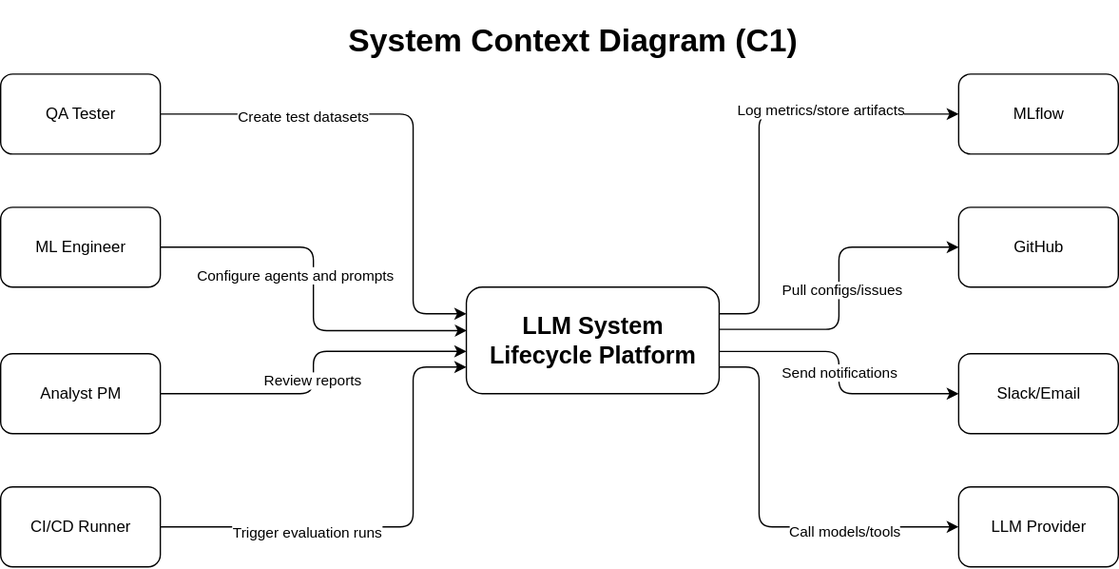
This is docs/llm-system-lifecycle-c1.drawio.svg from sdeery14/llm-system-lifecycle, a draw.io export, as it was before one commit. Source tidied: cells renumbered, new cells last; positions are measured from the earlier drawing's top-left corner, leaving out a move shared by most shapes.
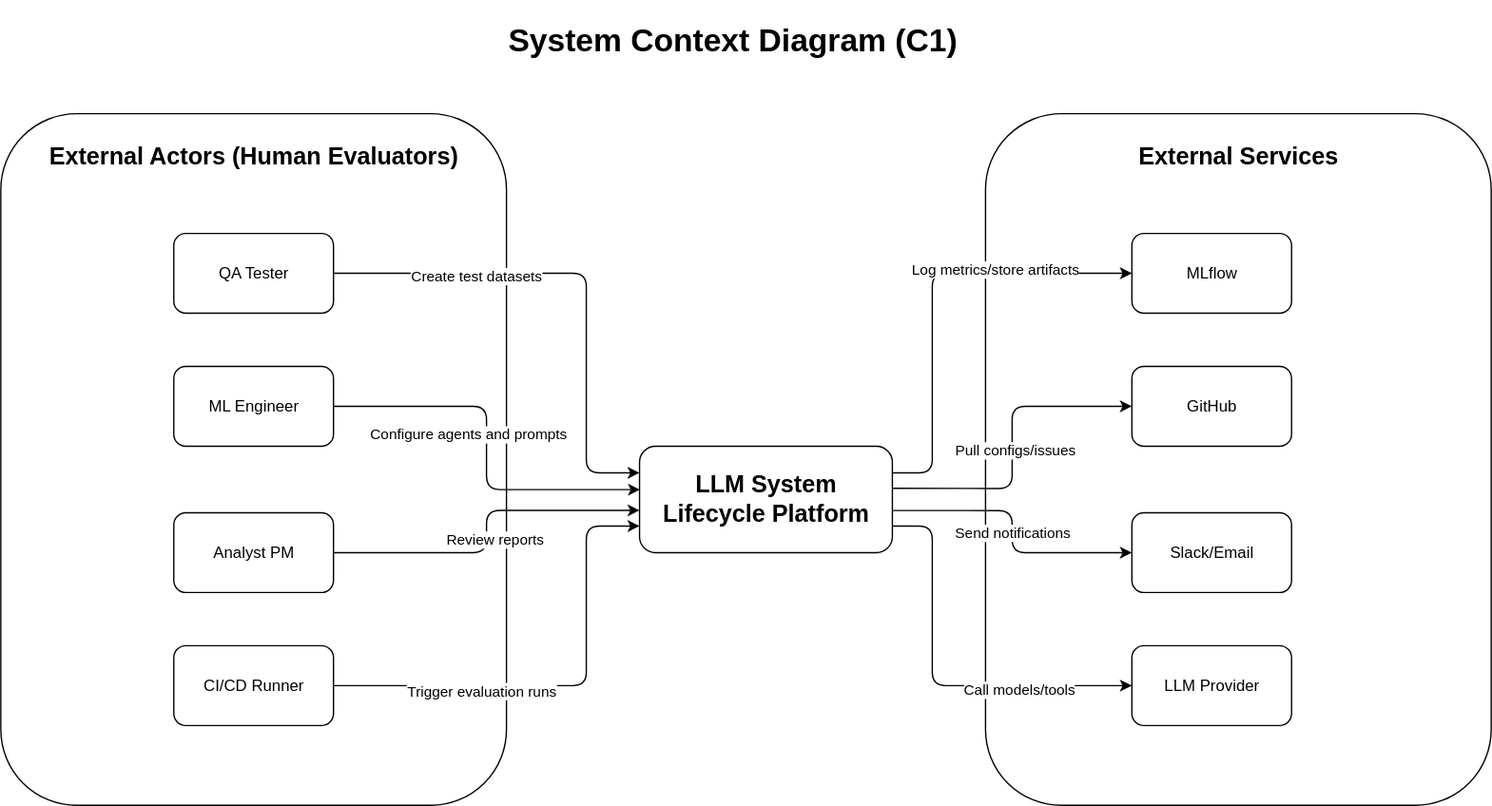
The same diagram one commit later.

Change to the diagram source:
```diff
@@ -2,7 +2,13 @@
   <root>
     <mxCell id="0" />
     <mxCell id="1" parent="0" />
+    <mxCell id="28" value="&lt;h2&gt;External Services&lt;/h2&gt;" style="rounded=1;whiteSpace=wrap;html=1;verticalAlign=top;" parent="1" vertex="1">
+      <mxGeometry x="610" y="-50" width="380" height="520" as="geometry" />
+    </mxCell>
+    <mxCell id="29" value="&lt;h2&gt;External Actors (Human Evaluators)&lt;/h2&gt;" style="rounded=1;whiteSpace=wrap;html=1;verticalAlign=top;" parent="1" vertex="1">
+      <mxGeometry x="-130" y="-50" width="380" height="520" as="geometry" />
+    </mxCell>
-    <mxCell id="2" style="edgeStyle=orthogonalEdgeStyle;rounded=1;jettySize=auto;html=1;exitX=1;exitY=0.25;exitDx=0;exitDy=0;entryX=0;entryY=0.5;entryDx=0;entryDy=0;curved=0;" parent="1" edge="1" source="10" target="23">
+    <mxCell id="2" style="edgeStyle=orthogonalEdgeStyle;rounded=1;jettySize=auto;html=1;exitX=1;exitY=0.25;exitDx=0;exitDy=0;entryX=0;entryY=0.5;entryDx=0;entryDy=0;curved=0;strokeColor=default;" parent="1" edge="1" source="10" target="23">
       <mxGeometry relative="1" as="geometry">
         <Array as="points">
           <mxPoint x="570" y="220" />
@@ -13,13 +19,13 @@
     <mxCell id="3" value="Log metrics/store artifacts" style="edgeLabel;html=1;align=center;verticalAlign=middle;" parent="2" vertex="1">
       <mxGeometry x="0.36" y="4" relative="1" as="geometry" />
     </mxCell>
-    <mxCell id="4" style="edgeStyle=orthogonalEdgeStyle;rounded=1;jettySize=auto;html=1;exitX=1;exitY=0.396;exitDx=0;exitDy=0;entryX=0;entryY=0.5;entryDx=0;entryDy=0;curved=0;exitPerimeter=0;" parent="1" edge="1" source="10" target="24">
+    <mxCell id="4" style="edgeStyle=orthogonalEdgeStyle;rounded=1;jettySize=auto;html=1;exitX=1;exitY=0.396;exitDx=0;exitDy=0;entryX=0;entryY=0.5;entryDx=0;entryDy=0;curved=0;exitPerimeter=0;strokeColor=default;" parent="1" edge="1" source="10" target="24">
       <mxGeometry relative="1" as="geometry" />
     </mxCell>
     <mxCell id="5" value="Pull configs/issues" style="edgeLabel;html=1;align=center;verticalAlign=middle;" parent="4" vertex="1">
       <mxGeometry x="-0.01" y="-1" relative="1" as="geometry" />
     </mxCell>
-    <mxCell id="6" style="edgeStyle=orthogonalEdgeStyle;rounded=1;jettySize=auto;html=1;exitX=1;exitY=0.604;exitDx=0;exitDy=0;entryX=0;entryY=0.5;entryDx=0;entryDy=0;curved=0;exitPerimeter=0;" parent="1" edge="1" source="10" target="25">
+    <mxCell id="6" style="edgeStyle=orthogonalEdgeStyle;rounded=1;jettySize=auto;html=1;exitX=1;exitY=0.604;exitDx=0;exitDy=0;entryX=0;entryY=0.5;entryDx=0;entryDy=0;curved=0;exitPerimeter=0;strokeColor=default;" parent="1" edge="1" source="10" target="25">
       <mxGeometry relative="1" as="geometry">
         <Array as="points">
           <mxPoint x="630" y="248" />
@@ -30,7 +36,7 @@
     <mxCell id="7" value="Send notifications" style="edgeLabel;html=1;align=center;verticalAlign=middle;" parent="6" vertex="1">
       <mxGeometry y="-1" relative="1" as="geometry" />
     </mxCell>
-    <mxCell id="8" style="edgeStyle=orthogonalEdgeStyle;rounded=1;jettySize=auto;html=1;exitX=1;exitY=0.75;exitDx=0;exitDy=0;entryX=0;entryY=0.5;entryDx=0;entryDy=0;curved=0;" parent="1" edge="1" source="10" target="26">
+    <mxCell id="8" style="edgeStyle=orthogonalEdgeStyle;rounded=1;jettySize=auto;html=1;exitX=1;exitY=0.75;exitDx=0;exitDy=0;entryX=0;entryY=0.5;entryDx=0;entryDy=0;curved=0;strokeColor=default;" parent="1" edge="1" source="10" target="26">
       <mxGeometry relative="1" as="geometry">
         <Array as="points">
           <mxPoint x="570" y="260" />
@@ -44,7 +50,7 @@
     <mxCell id="10" value="&lt;h2&gt;LLM System Lifecycle Platform&lt;/h2&gt;" style="rounded=1;whiteSpace=wrap;html=1;" parent="1" vertex="1">
       <mxGeometry x="350" y="200" width="190" height="80" as="geometry" />
     </mxCell>
-    <mxCell id="11" style="edgeStyle=orthogonalEdgeStyle;rounded=1;jettySize=auto;html=1;entryX=0;entryY=0.25;entryDx=0;entryDy=0;curved=0;" parent="1" edge="1" source="13" target="10">
+    <mxCell id="11" style="edgeStyle=orthogonalEdgeStyle;rounded=1;jettySize=auto;html=1;entryX=0;entryY=0.25;entryDx=0;entryDy=0;curved=0;strokeColor=default;" parent="1" edge="1" source="13" target="10">
       <mxGeometry relative="1" as="geometry">
         <Array as="points">
           <mxPoint x="310" y="70" />
@@ -58,7 +64,7 @@
     <mxCell id="13" value="QA Tester" style="rounded=1;whiteSpace=wrap;html=1;" parent="1" vertex="1">
       <mxGeometry y="40" width="120" height="60" as="geometry" />
     </mxCell>
-    <mxCell id="14" style="edgeStyle=orthogonalEdgeStyle;rounded=1;jettySize=auto;html=1;entryX=0.002;entryY=0.408;entryDx=0;entryDy=0;curved=0;entryPerimeter=0;" parent="1" edge="1" source="16" target="10">
+    <mxCell id="14" style="edgeStyle=orthogonalEdgeStyle;rounded=1;jettySize=auto;html=1;entryX=0.002;entryY=0.408;entryDx=0;entryDy=0;curved=0;entryPerimeter=0;strokeColor=default;" parent="1" edge="1" source="16" target="10">
       <mxGeometry relative="1" as="geometry" />
     </mxCell>
     <mxCell id="15" value="Configure agents and prompts" style="edgeLabel;html=1;align=center;verticalAlign=middle;" parent="14" vertex="1">
@@ -69,16 +75,18 @@
     <mxCell id="16" value="ML Engineer" style="rounded=1;whiteSpace=wrap;html=1;" parent="1" vertex="1">
       <mxGeometry y="140" width="120" height="60" as="geometry" />
     </mxCell>
-    <mxCell id="17" style="edgeStyle=orthogonalEdgeStyle;rounded=1;jettySize=auto;html=1;entryX=0;entryY=0.603;entryDx=0;entryDy=0;curved=0;entryPerimeter=0;" parent="1" edge="1" source="19" target="10">
+    <mxCell id="17" style="edgeStyle=orthogonalEdgeStyle;rounded=1;jettySize=auto;html=1;entryX=0;entryY=0.603;entryDx=0;entryDy=0;curved=0;entryPerimeter=0;strokeColor=default;" parent="1" edge="1" source="19" target="10">
       <mxGeometry relative="1" as="geometry" />
     </mxCell>
     <mxCell id="18" value="Review reports" style="edgeLabel;html=1;align=center;verticalAlign=middle;" parent="17" vertex="1">
-      <mxGeometry x="-0.04" y="2" relative="1" as="geometry" />
+      <mxGeometry x="-0.04" y="2" relative="1" as="geometry">
+        <mxPoint x="7" as="offset" />
+      </mxGeometry>
     </mxCell>
     <mxCell id="19" value="Analyst PM" style="rounded=1;whiteSpace=wrap;html=1;" parent="1" vertex="1">
       <mxGeometry y="250" width="120" height="60" as="geometry" />
     </mxCell>
-    <mxCell id="20" style="edgeStyle=orthogonalEdgeStyle;rounded=1;jettySize=auto;html=1;curved=0;entryX=0;entryY=0.75;entryDx=0;entryDy=0;" parent="1" edge="1" source="22" target="10">
+    <mxCell id="20" style="edgeStyle=orthogonalEdgeStyle;rounded=1;jettySize=auto;html=1;curved=0;entryX=0;entryY=0.75;entryDx=0;entryDy=0;strokeColor=default;" parent="1" edge="1" source="22" target="10">
       <mxGeometry relative="1" as="geometry">
         <Array as="points">
           <mxPoint x="310" y="380" />
@@ -105,7 +113,7 @@
       <mxGeometry x="720" y="350" width="120" height="60" as="geometry" />
     </mxCell>
     <mxCell id="27" value="&lt;h1&gt;System Context Diagram (C1)&lt;/h1&gt;" style="text;html=1;align=center;verticalAlign=middle;whiteSpace=wrap;rounded=0;" parent="1" vertex="1">
-      <mxGeometry x="230" width="400" height="30" as="geometry" />
+      <mxGeometry x="220" y="-120" width="400" height="30" as="geometry" />
     </mxCell>
   </root>
 </mxGraphModel>
```
